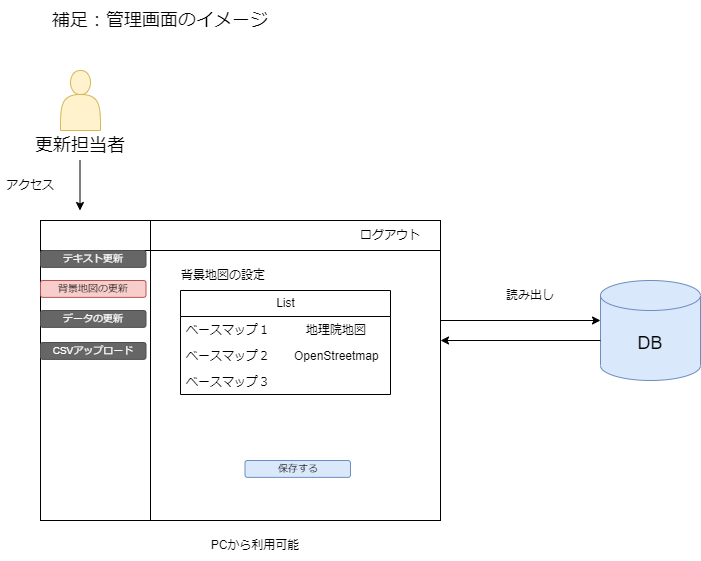
This is 補足.drawio.png from buyodo/webgis-doc, a draw.io export, as it was before one commit. Source tidied: cells renumbered, new cells last; positions are measured from the earlier drawing's top-left corner, leaving out a move shared by most shapes.
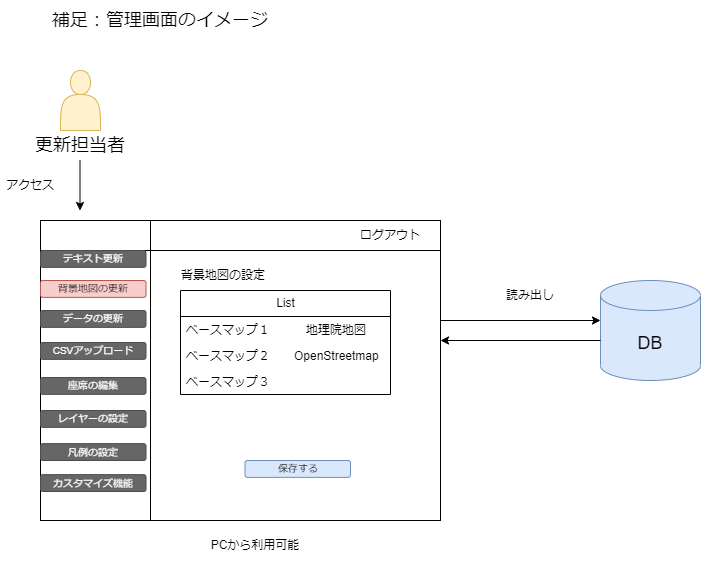
After the commit.

Commit message:
補足.drawio.png を更新します

The edit, as a diff of the source:
```diff
@@ -75,5 +75,17 @@
     <mxCell id="23" value="ベースマップ３" style="text;strokeColor=none;fillColor=none;align=left;verticalAlign=top;spacingLeft=4;spacingRight=4;overflow=hidden;whiteSpace=wrap;html=1;" parent="20" vertex="1">
       <mxGeometry y="78" width="210" height="26" as="geometry" />
     </mxCell>
+    <mxCell id="24" value="座席の編集" style="rounded=1;html=1;shadow=0;dashed=0;whiteSpace=wrap;fontSize=10;fillColor=#666666;align=center;strokeColor=#4D4D4D;fontColor=#ffffff;" parent="1" vertex="1">
+      <mxGeometry x="40" y="377" width="105.5" height="16.9" as="geometry" />
+    </mxCell>
+    <mxCell id="25" value="レイヤーの設定" style="rounded=1;html=1;shadow=0;dashed=0;whiteSpace=wrap;fontSize=10;fillColor=#666666;align=center;strokeColor=#4D4D4D;fontColor=#ffffff;" parent="1" vertex="1">
+      <mxGeometry x="40" y="410" width="105.5" height="16.9" as="geometry" />
+    </mxCell>
+    <mxCell id="26" value="カスタマイズ機能" style="rounded=1;html=1;shadow=0;dashed=0;whiteSpace=wrap;fontSize=10;fillColor=#666666;align=center;strokeColor=#4D4D4D;fontColor=#ffffff;" parent="1" vertex="1">
+      <mxGeometry x="40" y="474.1" width="105.5" height="16.9" as="geometry" />
+    </mxCell>
+    <mxCell id="27" value="凡例の設定" style="rounded=1;html=1;shadow=0;dashed=0;whiteSpace=wrap;fontSize=10;fillColor=#666666;align=center;strokeColor=#4D4D4D;fontColor=#ffffff;" parent="1" vertex="1">
+      <mxGeometry x="40" y="443.1" width="105.5" height="16.9" as="geometry" />
+    </mxCell>
   </root>
 </mxGraphModel>
```
